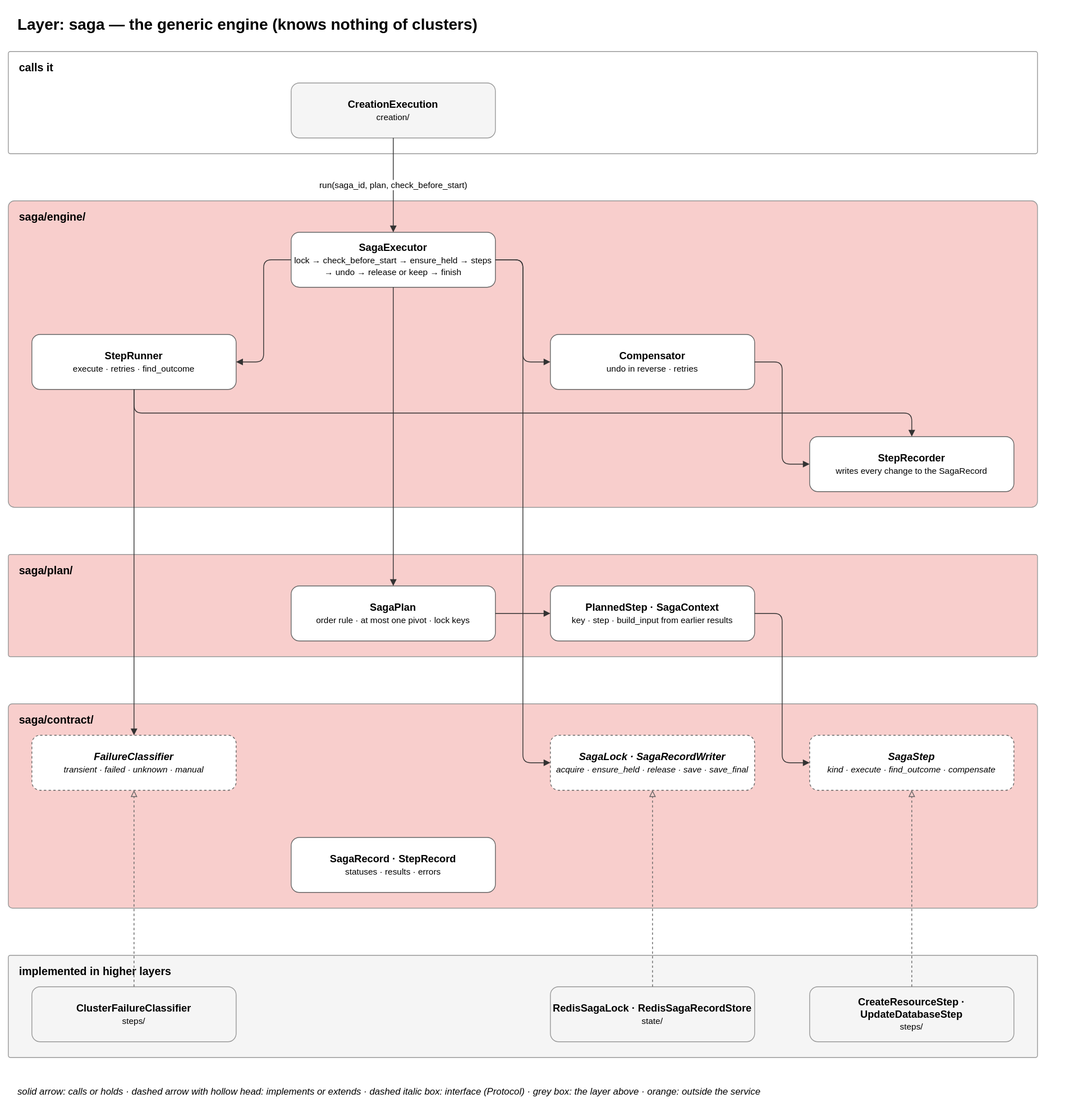
The draw.io diagram docs/diagrams/06-layer-saga.drawio.svg in EliShteinman/redis-enterprise-services, before a commit. Source tidied: cells renumbered, new cells last; positions are measured from the earlier drawing's top-left corner, leaving out a move shared by most shapes. Source of this version:
```xml
<mxGraphModel>
  <root>
    <mxCell id="0" />
    <mxCell id="1" parent="0" />
    <mxCell id="2" value="&lt;b&gt;Layer: saga — the generic engine (knows nothing of clusters)&lt;/b&gt;" style="text;html=1;fontSize=20;align=left;verticalAlign=middle;" parent="1" vertex="1">
      <mxGeometry x="10" width="1330" height="40" as="geometry" />
    </mxCell>
    <mxCell id="3" value="&lt;b&gt;calls it&lt;/b&gt;" style="rounded=1;arcSize=2;fillColor=#ffffff;strokeColor=#999999;verticalAlign=top;align=left;spacingLeft=12;spacingTop=6;html=1;fontSize=14;" parent="1" vertex="1">
      <mxGeometry y="55" width="1310" height="130" as="geometry" />
    </mxCell>
    <mxCell id="4" value="&lt;b&gt;CreationExecution&lt;/b&gt;&lt;br&gt;&lt;font style='font-size:11px'&gt;creation/&lt;/font&gt;" style="rounded=1;whiteSpace=wrap;html=1;fillColor=#f5f5f5;strokeColor=#999999;fontSize=13;" parent="1" vertex="1">
      <mxGeometry x="360" y="95" width="260" height="70" as="geometry" />
    </mxCell>
    <mxCell id="5" value="&lt;b&gt;saga/engine/&lt;/b&gt;" style="rounded=1;arcSize=2;fillColor=#f8cecc;strokeColor=#999999;verticalAlign=top;align=left;spacingLeft=12;spacingTop=6;html=1;fontSize=14;" parent="1" vertex="1">
      <mxGeometry y="245" width="1310" height="390" as="geometry" />
    </mxCell>
    <mxCell id="6" value="&lt;b&gt;SagaExecutor&lt;/b&gt;&lt;br&gt;&lt;font style='font-size:11px'&gt;lock → check_before_start → ensure_held → steps → undo → release or keep → finish&lt;/font&gt;" style="rounded=1;whiteSpace=wrap;html=1;fillColor=#ffffff;strokeColor=#666666;fontSize=13;" parent="1" vertex="1">
      <mxGeometry x="360" y="285" width="260" height="70" as="geometry" />
    </mxCell>
    <mxCell id="7" value="&lt;b&gt;StepRunner&lt;/b&gt;&lt;br&gt;&lt;font style='font-size:11px'&gt;execute · retries · find_outcome&lt;/font&gt;" style="rounded=1;whiteSpace=wrap;html=1;fillColor=#ffffff;strokeColor=#666666;fontSize=13;" parent="1" vertex="1">
      <mxGeometry x="30" y="415" width="260" height="70" as="geometry" />
    </mxCell>
    <mxCell id="8" value="&lt;b&gt;Compensator&lt;/b&gt;&lt;br&gt;&lt;font style='font-size:11px'&gt;undo in reverse · retries&lt;/font&gt;" style="rounded=1;whiteSpace=wrap;html=1;fillColor=#ffffff;strokeColor=#666666;fontSize=13;" parent="1" vertex="1">
      <mxGeometry x="690" y="415" width="260" height="70" as="geometry" />
    </mxCell>
    <mxCell id="9" value="&lt;b&gt;StepRecorder&lt;/b&gt;&lt;br&gt;&lt;font style='font-size:11px'&gt;writes every change to the SagaRecord&lt;/font&gt;" style="rounded=1;whiteSpace=wrap;html=1;fillColor=#ffffff;strokeColor=#666666;fontSize=13;" parent="1" vertex="1">
      <mxGeometry x="1020" y="545" width="260" height="70" as="geometry" />
    </mxCell>
    <mxCell id="10" value="&lt;b&gt;saga/plan/&lt;/b&gt;" style="rounded=1;arcSize=2;fillColor=#f8cecc;strokeColor=#999999;verticalAlign=top;align=left;spacingLeft=12;spacingTop=6;html=1;fontSize=14;" parent="1" vertex="1">
      <mxGeometry y="695" width="1310" height="130" as="geometry" />
    </mxCell>
    <mxCell id="11" value="&lt;b&gt;SagaPlan&lt;/b&gt;&lt;br&gt;&lt;font style='font-size:11px'&gt;order rule · at most one pivot · lock keys&lt;/font&gt;" style="rounded=1;whiteSpace=wrap;html=1;fillColor=#ffffff;strokeColor=#666666;fontSize=13;" parent="1" vertex="1">
      <mxGeometry x="360" y="735" width="260" height="70" as="geometry" />
    </mxCell>
    <mxCell id="12" value="&lt;b&gt;PlannedStep · SagaContext&lt;/b&gt;&lt;br&gt;&lt;font style='font-size:11px'&gt;key · step · build_input from earlier results&lt;/font&gt;" style="rounded=1;whiteSpace=wrap;html=1;fillColor=#ffffff;strokeColor=#666666;fontSize=13;" parent="1" vertex="1">
      <mxGeometry x="690" y="735" width="260" height="70" as="geometry" />
    </mxCell>
    <mxCell id="13" value="&lt;b&gt;saga/contract/&lt;/b&gt;" style="rounded=1;arcSize=2;fillColor=#f8cecc;strokeColor=#999999;verticalAlign=top;align=left;spacingLeft=12;spacingTop=6;html=1;fontSize=14;" parent="1" vertex="1">
      <mxGeometry y="885" width="1310" height="260" as="geometry" />
    </mxCell>
    <mxCell id="14" value="&lt;b&gt;FailureClassifier&lt;/b&gt;&lt;br&gt;&lt;font style='font-size:11px'&gt;transient · failed · unknown · manual&lt;/font&gt;" style="rounded=1;whiteSpace=wrap;html=1;fillColor=#ffffff;strokeColor=#666666;fontSize=13;dashed=1;fontStyle=2;" parent="1" vertex="1">
      <mxGeometry x="30" y="925" width="260" height="70" as="geometry" />
    </mxCell>
    <mxCell id="15" value="&lt;b&gt;SagaLock · SagaRecordWriter&lt;/b&gt;&lt;br&gt;&lt;font style='font-size:11px'&gt;acquire · ensure_held · release · save · save_final&lt;/font&gt;" style="rounded=1;whiteSpace=wrap;html=1;fillColor=#ffffff;strokeColor=#666666;fontSize=13;dashed=1;fontStyle=2;" parent="1" vertex="1">
      <mxGeometry x="690" y="925" width="260" height="70" as="geometry" />
    </mxCell>
    <mxCell id="16" value="&lt;b&gt;SagaStep&lt;/b&gt;&lt;br&gt;&lt;font style='font-size:11px'&gt;kind · execute · find_outcome · compensate&lt;/font&gt;" style="rounded=1;whiteSpace=wrap;html=1;fillColor=#ffffff;strokeColor=#666666;fontSize=13;dashed=1;fontStyle=2;" parent="1" vertex="1">
      <mxGeometry x="1020" y="925" width="260" height="70" as="geometry" />
    </mxCell>
    <mxCell id="17" value="&lt;b&gt;SagaRecord · StepRecord&lt;/b&gt;&lt;br&gt;&lt;font style='font-size:11px'&gt;statuses · results · errors&lt;/font&gt;" style="rounded=1;whiteSpace=wrap;html=1;fillColor=#ffffff;strokeColor=#666666;fontSize=13;" parent="1" vertex="1">
      <mxGeometry x="360" y="1055" width="260" height="70" as="geometry" />
    </mxCell>
    <mxCell id="18" value="&lt;b&gt;implemented in higher layers&lt;/b&gt;" style="rounded=1;arcSize=2;fillColor=#f5f5f5;strokeColor=#999999;verticalAlign=top;align=left;spacingLeft=12;spacingTop=6;html=1;fontSize=14;" parent="1" vertex="1">
      <mxGeometry y="1205" width="1310" height="130" as="geometry" />
    </mxCell>
    <mxCell id="19" value="&lt;b&gt;ClusterFailureClassifier&lt;/b&gt;&lt;br&gt;&lt;font style='font-size:11px'&gt;steps/&lt;/font&gt;" style="rounded=1;whiteSpace=wrap;html=1;fillColor=#f5f5f5;strokeColor=#999999;fontSize=13;" parent="1" vertex="1">
      <mxGeometry x="30" y="1245" width="260" height="70" as="geometry" />
    </mxCell>
    <mxCell id="20" value="&lt;b&gt;RedisSagaLock · RedisSagaRecordStore&lt;/b&gt;&lt;br&gt;&lt;font style='font-size:11px'&gt;state/&lt;/font&gt;" style="rounded=1;whiteSpace=wrap;html=1;fillColor=#f5f5f5;strokeColor=#999999;fontSize=13;" parent="1" vertex="1">
      <mxGeometry x="690" y="1245" width="260" height="70" as="geometry" />
    </mxCell>
    <mxCell id="21" value="&lt;b&gt;CreateResourceStep · UpdateDatabaseStep&lt;/b&gt;&lt;br&gt;&lt;font style='font-size:11px'&gt;steps/&lt;/font&gt;" style="rounded=1;whiteSpace=wrap;html=1;fillColor=#f5f5f5;strokeColor=#999999;fontSize=13;" parent="1" vertex="1">
      <mxGeometry x="1020" y="1245" width="260" height="70" as="geometry" />
    </mxCell>
    <mxCell id="22" value="run(saga_id, plan, check_before_start)" style="edgeStyle=orthogonalEdgeStyle;rounded=1;html=1;fontSize=11;labelBackgroundColor=#ffffff;exitX=0.5;exitY=1;entryX=0.5;entryY=0;endArrow=block;strokeColor=#333333;" parent="1" edge="1" source="4" target="6">
      <mxGeometry relative="1" as="geometry" />
    </mxCell>
    <mxCell id="23" style="edgeStyle=orthogonalEdgeStyle;rounded=1;html=1;fontSize=11;labelBackgroundColor=#ffffff;exitX=0;exitY=0.5;entryX=1;entryY=0.5;endArrow=block;strokeColor=#333333;" parent="1" edge="1" source="6" target="7">
      <mxGeometry relative="1" as="geometry" />
    </mxCell>
    <mxCell id="24" style="edgeStyle=orthogonalEdgeStyle;rounded=1;html=1;fontSize=11;labelBackgroundColor=#ffffff;exitX=1;exitY=0.5;entryX=0;entryY=0.5;endArrow=block;strokeColor=#333333;" parent="1" edge="1" source="6" target="8">
      <mxGeometry relative="1" as="geometry" />
    </mxCell>
    <mxCell id="25" style="edgeStyle=orthogonalEdgeStyle;rounded=1;html=1;fontSize=11;labelBackgroundColor=#ffffff;exitX=0.5;exitY=1;entryX=0.5;entryY=0;endArrow=block;strokeColor=#333333;" parent="1" edge="1" source="7" target="9">
      <mxGeometry relative="1" as="geometry" />
    </mxCell>
    <mxCell id="26" style="edgeStyle=orthogonalEdgeStyle;rounded=1;html=1;fontSize=11;labelBackgroundColor=#ffffff;exitX=1;exitY=0.5;entryX=0;entryY=0.5;endArrow=block;strokeColor=#333333;" parent="1" edge="1" source="8" target="9">
      <mxGeometry relative="1" as="geometry" />
    </mxCell>
    <mxCell id="27" style="edgeStyle=orthogonalEdgeStyle;rounded=1;html=1;fontSize=11;labelBackgroundColor=#ffffff;exitX=0.5;exitY=1;entryX=0.5;entryY=0;endArrow=block;strokeColor=#333333;" parent="1" edge="1" source="6" target="11">
      <mxGeometry relative="1" as="geometry" />
    </mxCell>
    <mxCell id="28" style="edgeStyle=orthogonalEdgeStyle;rounded=1;html=1;fontSize=11;labelBackgroundColor=#ffffff;exitX=1;exitY=0.5;entryX=0;entryY=0.5;endArrow=block;strokeColor=#333333;" parent="1" edge="1" source="6" target="15">
      <mxGeometry relative="1" as="geometry" />
    </mxCell>
    <mxCell id="29" style="edgeStyle=orthogonalEdgeStyle;rounded=1;html=1;fontSize=11;labelBackgroundColor=#ffffff;exitX=1;exitY=0.5;entryX=0;entryY=0.5;endArrow=block;strokeColor=#333333;" parent="1" edge="1" source="11" target="12">
      <mxGeometry relative="1" as="geometry" />
    </mxCell>
    <mxCell id="30" style="edgeStyle=orthogonalEdgeStyle;rounded=1;html=1;fontSize=11;labelBackgroundColor=#ffffff;exitX=1;exitY=0.5;entryX=0;entryY=0.5;endArrow=block;strokeColor=#333333;" parent="1" edge="1" source="12" target="16">
      <mxGeometry relative="1" as="geometry" />
    </mxCell>
    <mxCell id="31" style="edgeStyle=orthogonalEdgeStyle;rounded=1;html=1;fontSize=11;labelBackgroundColor=#ffffff;exitX=0.5;exitY=1;entryX=0.5;entryY=0;endArrow=block;strokeColor=#333333;" parent="1" edge="1" source="7" target="14">
      <mxGeometry relative="1" as="geometry" />
    </mxCell>
    <mxCell id="32" style="edgeStyle=orthogonalEdgeStyle;rounded=1;html=1;fontSize=11;labelBackgroundColor=#ffffff;exitX=0.5;exitY=0;entryX=0.5;entryY=1;endArrow=block;endFill=0;dashed=1;strokeColor=#666666;" parent="1" edge="1" source="19" target="14">
      <mxGeometry relative="1" as="geometry" />
    </mxCell>
    <mxCell id="33" style="edgeStyle=orthogonalEdgeStyle;rounded=1;html=1;fontSize=11;labelBackgroundColor=#ffffff;exitX=0.5;exitY=0;entryX=0.5;entryY=1;endArrow=block;endFill=0;dashed=1;strokeColor=#666666;" parent="1" edge="1" source="20" target="15">
      <mxGeometry relative="1" as="geometry" />
    </mxCell>
    <mxCell id="34" style="edgeStyle=orthogonalEdgeStyle;rounded=1;html=1;fontSize=11;labelBackgroundColor=#ffffff;exitX=0.5;exitY=0;entryX=0.5;entryY=1;endArrow=block;endFill=0;dashed=1;strokeColor=#666666;" parent="1" edge="1" source="21" target="16">
      <mxGeometry relative="1" as="geometry" />
    </mxCell>
    <mxCell id="35" value="&lt;i&gt;solid arrow: calls or holds · dashed arrow with hollow head: implements or extends · dashed italic box: interface (Protocol) · grey box: the layer above · orange: outside the service&lt;/i&gt;" style="text;html=1;fontSize=12;align=left;" parent="1" vertex="1">
      <mxGeometry x="10" y="1365" width="1330" height="24" as="geometry" />
    </mxCell>
  </root>
</mxGraphModel>
```
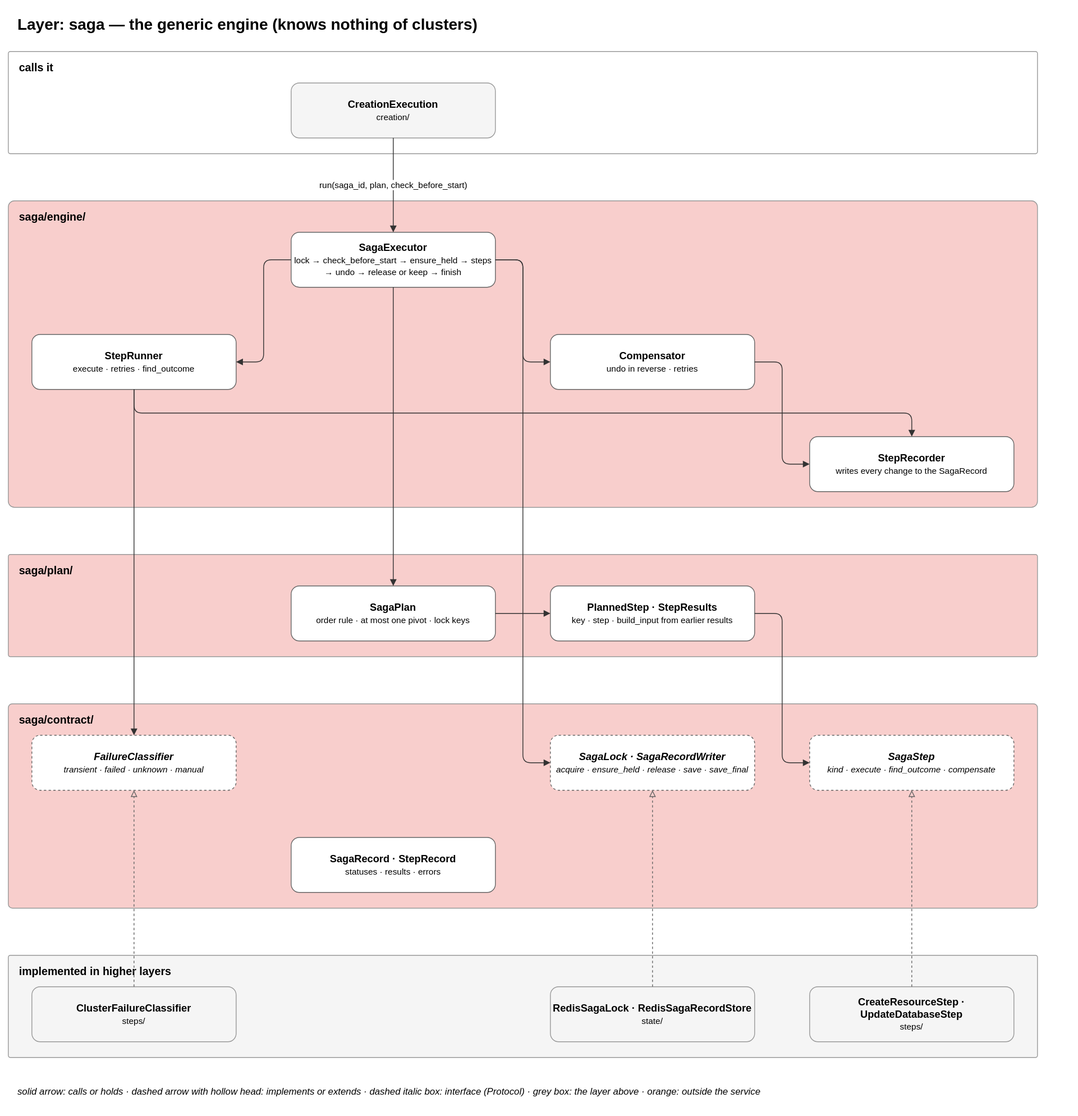
The same file after the commit.

Diff of the diagram source:
```diff
@@ -32,7 +32,7 @@
     <mxCell id="11" value="&lt;b&gt;SagaPlan&lt;/b&gt;&lt;br&gt;&lt;font style='font-size:11px'&gt;order rule · at most one pivot · lock keys&lt;/font&gt;" style="rounded=1;whiteSpace=wrap;html=1;fillColor=#ffffff;strokeColor=#666666;fontSize=13;" parent="1" vertex="1">
       <mxGeometry x="360" y="735" width="260" height="70" as="geometry" />
     </mxCell>
-    <mxCell id="12" value="&lt;b&gt;PlannedStep · SagaContext&lt;/b&gt;&lt;br&gt;&lt;font style='font-size:11px'&gt;key · step · build_input from earlier results&lt;/font&gt;" style="rounded=1;whiteSpace=wrap;html=1;fillColor=#ffffff;strokeColor=#666666;fontSize=13;" parent="1" vertex="1">
+    <mxCell id="12" value="&lt;b&gt;PlannedStep · StepResults&lt;/b&gt;&lt;br&gt;&lt;font style='font-size:11px'&gt;key · step · build_input from earlier results&lt;/font&gt;" style="rounded=1;whiteSpace=wrap;html=1;fillColor=#ffffff;strokeColor=#666666;fontSize=13;" parent="1" vertex="1">
       <mxGeometry x="690" y="735" width="260" height="70" as="geometry" />
     </mxCell>
     <mxCell id="13" value="&lt;b&gt;saga/contract/&lt;/b&gt;" style="rounded=1;arcSize=2;fillColor=#f8cecc;strokeColor=#999999;verticalAlign=top;align=left;spacingLeft=12;spacingTop=6;html=1;fontSize=14;" parent="1" vertex="1">
```
